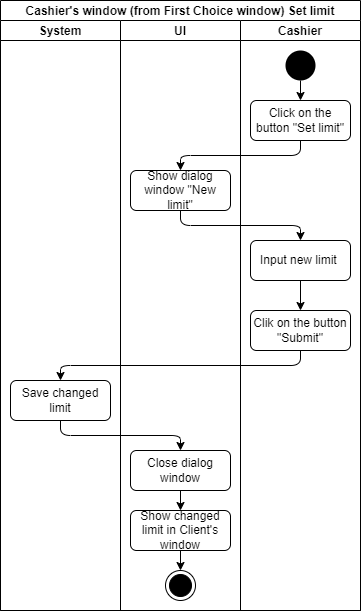
Above: Diagrams/Cashier_UML_diagram_Set_limit.png in YurAvdeenko/CurrencyConverter (draw.io), before the change. Source tidied: cells renumbered, new cells last; positions are measured from the earlier drawing's top-left corner, leaving out a move shared by most shapes.
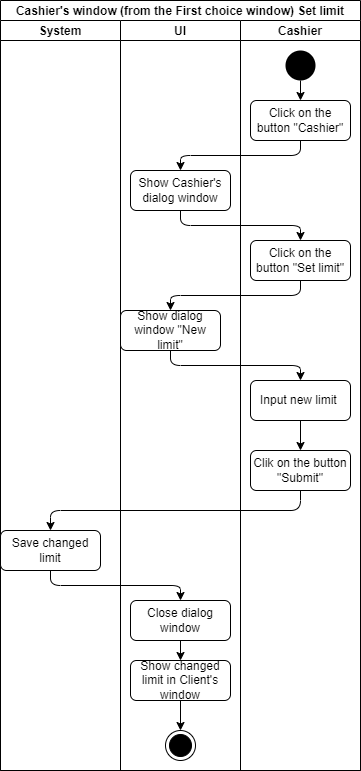
Above is the later version.

Commit message:
Fix some bugs in diagrams

Diff of the diagram source:
```diff
@@ -2,68 +2,80 @@
   <root>
     <mxCell id="0" />
     <mxCell id="1" parent="0" />
-    <mxCell id="2" value="Cashier's window (from First Choice window) Set limit" style="swimlane;startSize=20;" parent="1" vertex="1">
-      <mxGeometry width="360" height="610" as="geometry" />
-    </mxCell>
+    <mxCell id="23" value="Cashier's window (from the First choice window) Set limit" style="swimlane;startSize=20;" parent="1" vertex="1">
+      <mxGeometry width="360" height="770" as="geometry" />
+    </mxCell>
-    <mxCell id="3" value="System" style="swimlane;startSize=20;" parent="2" vertex="1">
-      <mxGeometry y="20" width="120" height="590" as="geometry" />
+    <mxCell id="3" value="System" style="swimlane;startSize=20;" parent="23" vertex="1">
+      <mxGeometry y="20" width="120" height="750" as="geometry" />
     </mxCell>
     <mxCell id="4" value="Save changed limit" style="rounded=1;whiteSpace=wrap;html=1;" parent="3" vertex="1">
-      <mxGeometry x="10" y="360" width="100" height="40" as="geometry" />
+      <mxGeometry y="510" width="100" height="40" as="geometry" />
     </mxCell>
-    <mxCell id="5" value="Ul" style="swimlane;startSize=20;" parent="2" vertex="1">
-      <mxGeometry x="120" y="20" width="120" height="590" as="geometry" />
+    <mxCell id="5" value="Ul" style="swimlane;startSize=20;" parent="23" vertex="1">
+      <mxGeometry x="120" y="20" width="120" height="750" as="geometry" />
     </mxCell>
     <mxCell id="6" value="Show dialog window &quot;New limit&quot;" style="rounded=1;whiteSpace=wrap;html=1;" parent="5" vertex="1">
-      <mxGeometry x="10" y="150" width="100" height="40" as="geometry" />
+      <mxGeometry y="290" width="100" height="40" as="geometry" />
     </mxCell>
     <mxCell id="7" style="edgeStyle=orthogonalEdgeStyle;rounded=0;jettySize=auto;html=1;exitX=0.5;exitY=1;exitDx=0;exitDy=0;entryX=0.5;entryY=0;entryDx=0;entryDy=0;" parent="5" edge="1" source="8" target="11">
       <mxGeometry relative="1" as="geometry" />
     </mxCell>
     <mxCell id="8" value="&lt;span&gt;Close dialog window&lt;/span&gt;" style="rounded=1;whiteSpace=wrap;html=1;" parent="5" vertex="1">
-      <mxGeometry x="10" y="430" width="100" height="40" as="geometry" />
+      <mxGeometry x="10" y="580" width="100" height="40" as="geometry" />
     </mxCell>
-    <mxCell id="9" style="ellipse;html=1;shape=endState;fillColor=#000000;strokeColor=#000000;" parent="5" vertex="1">
-      <mxGeometry x="45" y="550" width="30" height="30" as="geometry" />
-    </mxCell>
-    <mxCell id="10" style="edgeStyle=orthogonalEdgeStyle;rounded=0;jettySize=auto;html=1;exitX=0.5;exitY=1;exitDx=0;exitDy=0;entryX=0.5;entryY=0;entryDx=0;entryDy=0;" parent="5" edge="1" source="11" target="9">
-      <mxGeometry relative="1" as="geometry" />
-    </mxCell>
+    <mxCell id="24" style="ellipse;html=1;shape=endState;fillColor=#000000;strokeColor=#000000;" parent="5" vertex="1">
+      <mxGeometry x="45" y="710" width="30" height="30" as="geometry" />
+    </mxCell>
+    <mxCell id="25" style="edgeStyle=orthogonalEdgeStyle;rounded=0;jettySize=auto;html=1;exitX=0.5;exitY=1;exitDx=0;exitDy=0;entryX=0.5;entryY=0;entryDx=0;entryDy=0;" parent="5" edge="1" source="11" target="24">
+      <mxGeometry relative="1" as="geometry" />
+    </mxCell>
     <mxCell id="11" value="Show changed limit in Client's window" style="rounded=1;whiteSpace=wrap;html=1;" parent="5" vertex="1">
-      <mxGeometry x="10" y="490" width="100" height="40" as="geometry" />
+      <mxGeometry x="10" y="640" width="100" height="40" as="geometry" />
     </mxCell>
+    <mxCell id="26" value="Show Cashier's dialog window" style="rounded=1;whiteSpace=wrap;html=1;" parent="5" vertex="1">
+      <mxGeometry x="10" y="150" width="100" height="40" as="geometry" />
+    </mxCell>
-    <mxCell id="12" value="Cashier" style="swimlane;startSize=20;" parent="2" vertex="1">
-      <mxGeometry x="240" y="20" width="120" height="590" as="geometry" />
+    <mxCell id="12" value="Cashier" style="swimlane;startSize=20;" parent="23" vertex="1">
+      <mxGeometry x="240" y="20" width="120" height="750" as="geometry" />
     </mxCell>
-    <mxCell id="13" style="edgeStyle=orthogonalEdgeStyle;rounded=0;jettySize=auto;html=1;exitX=0.5;exitY=1;exitDx=0;exitDy=0;entryX=0.5;entryY=0;entryDx=0;entryDy=0;" parent="12" edge="1" source="14" target="15">
-      <mxGeometry relative="1" as="geometry" />
-    </mxCell>
+    <mxCell id="27" style="edgeStyle=orthogonalEdgeStyle;rounded=0;jettySize=auto;html=1;exitX=0.5;exitY=1;exitDx=0;exitDy=0;entryX=0.5;entryY=0;entryDx=0;entryDy=0;" parent="12" edge="1" source="14" target="28">
+      <mxGeometry relative="1" as="geometry" />
+    </mxCell>
     <mxCell id="14" style="ellipse;fillColor=#000000;strokeColor=none;" parent="12" vertex="1">
       <mxGeometry x="45" y="30" width="30" height="30" as="geometry" />
     </mxCell>
     <mxCell id="15" value="&lt;span&gt;Click on the button &quot;Set limit&quot;&lt;/span&gt;" style="rounded=1;whiteSpace=wrap;html=1;" parent="12" vertex="1">
-      <mxGeometry x="10" y="80" width="100" height="40" as="geometry" />
+      <mxGeometry x="10" y="220" width="100" height="40" as="geometry" />
     </mxCell>
     <mxCell id="16" style="edgeStyle=orthogonalEdgeStyle;rounded=0;jettySize=auto;html=1;exitX=0.5;exitY=1;exitDx=0;exitDy=0;entryX=0.5;entryY=0;entryDx=0;entryDy=0;" parent="12" edge="1" source="17" target="18">
       <mxGeometry relative="1" as="geometry" />
     </mxCell>
     <mxCell id="17" value="Input new limit&amp;nbsp;" style="rounded=1;whiteSpace=wrap;html=1;" parent="12" vertex="1">
-      <mxGeometry x="10" y="220" width="100" height="40" as="geometry" />
+      <mxGeometry x="10" y="360" width="100" height="40" as="geometry" />
     </mxCell>
     <mxCell id="18" value="Clik on the button &quot;Submit&quot;" style="rounded=1;whiteSpace=wrap;html=1;" parent="12" vertex="1">
-      <mxGeometry x="10" y="290" width="100" height="40" as="geometry" />
+      <mxGeometry x="10" y="430" width="100" height="40" as="geometry" />
     </mxCell>
+    <mxCell id="28" value="&lt;span&gt;Click on the button &quot;Cashier&quot;&lt;/span&gt;" style="rounded=1;whiteSpace=wrap;html=1;" parent="12" vertex="1">
+      <mxGeometry x="10" y="80" width="100" height="40" as="geometry" />
+    </mxCell>
-    <mxCell id="19" style="edgeStyle=elbowEdgeStyle;elbow=vertical;endArrow=classic;html=1;exitX=0.5;exitY=1;exitDx=0;exitDy=0;entryX=0.5;entryY=0;entryDx=0;entryDy=0;" parent="2" edge="1" source="15" target="6">
+    <mxCell id="19" style="edgeStyle=elbowEdgeStyle;elbow=vertical;endArrow=classic;html=1;exitX=0.5;exitY=1;exitDx=0;exitDy=0;entryX=0.5;entryY=0;entryDx=0;entryDy=0;" parent="23" edge="1" source="15" target="6">
       <mxGeometry relative="1" as="geometry" />
     </mxCell>
-    <mxCell id="20" style="edgeStyle=elbowEdgeStyle;elbow=vertical;endArrow=classic;html=1;exitX=0.5;exitY=1;exitDx=0;exitDy=0;entryX=0.5;entryY=0;entryDx=0;entryDy=0;" parent="2" edge="1" source="6" target="17">
+    <mxCell id="20" style="edgeStyle=elbowEdgeStyle;elbow=vertical;endArrow=classic;html=1;exitX=0.5;exitY=1;exitDx=0;exitDy=0;entryX=0.5;entryY=0;entryDx=0;entryDy=0;" parent="23" edge="1" source="6" target="17">
       <mxGeometry relative="1" as="geometry" />
     </mxCell>
-    <mxCell id="21" style="edgeStyle=elbowEdgeStyle;elbow=vertical;endArrow=classic;html=1;exitX=0.5;exitY=1;exitDx=0;exitDy=0;entryX=0.5;entryY=0;entryDx=0;entryDy=0;" parent="2" edge="1" source="18" target="4">
+    <mxCell id="21" style="edgeStyle=elbowEdgeStyle;elbow=vertical;endArrow=classic;html=1;exitX=0.5;exitY=1;exitDx=0;exitDy=0;entryX=0.5;entryY=0;entryDx=0;entryDy=0;" parent="23" edge="1" source="18" target="4">
       <mxGeometry relative="1" as="geometry" />
     </mxCell>
-    <mxCell id="22" style="edgeStyle=elbowEdgeStyle;elbow=vertical;endArrow=classic;html=1;exitX=0.5;exitY=1;exitDx=0;exitDy=0;entryX=0.5;entryY=0;entryDx=0;entryDy=0;" parent="2" edge="1" source="4" target="8">
+    <mxCell id="22" style="edgeStyle=elbowEdgeStyle;elbow=vertical;endArrow=classic;html=1;exitX=0.5;exitY=1;exitDx=0;exitDy=0;entryX=0.5;entryY=0;entryDx=0;entryDy=0;" parent="23" edge="1" source="4" target="8">
       <mxGeometry relative="1" as="geometry" />
     </mxCell>
+    <mxCell id="29" style="edgeStyle=elbowEdgeStyle;elbow=vertical;endArrow=classic;html=1;entryX=0.5;entryY=0;entryDx=0;entryDy=0;exitX=0.5;exitY=1;exitDx=0;exitDy=0;" parent="23" edge="1" source="28" target="26">
+      <mxGeometry relative="1" as="geometry" />
+    </mxCell>
+    <mxCell id="30" style="edgeStyle=elbowEdgeStyle;elbow=vertical;endArrow=classic;html=1;exitX=0.5;exitY=1;exitDx=0;exitDy=0;entryX=0.5;entryY=0;entryDx=0;entryDy=0;" parent="23" edge="1" source="26" target="15">
+      <mxGeometry relative="1" as="geometry" />
+    </mxCell>
   </root>
 </mxGraphModel>
```
